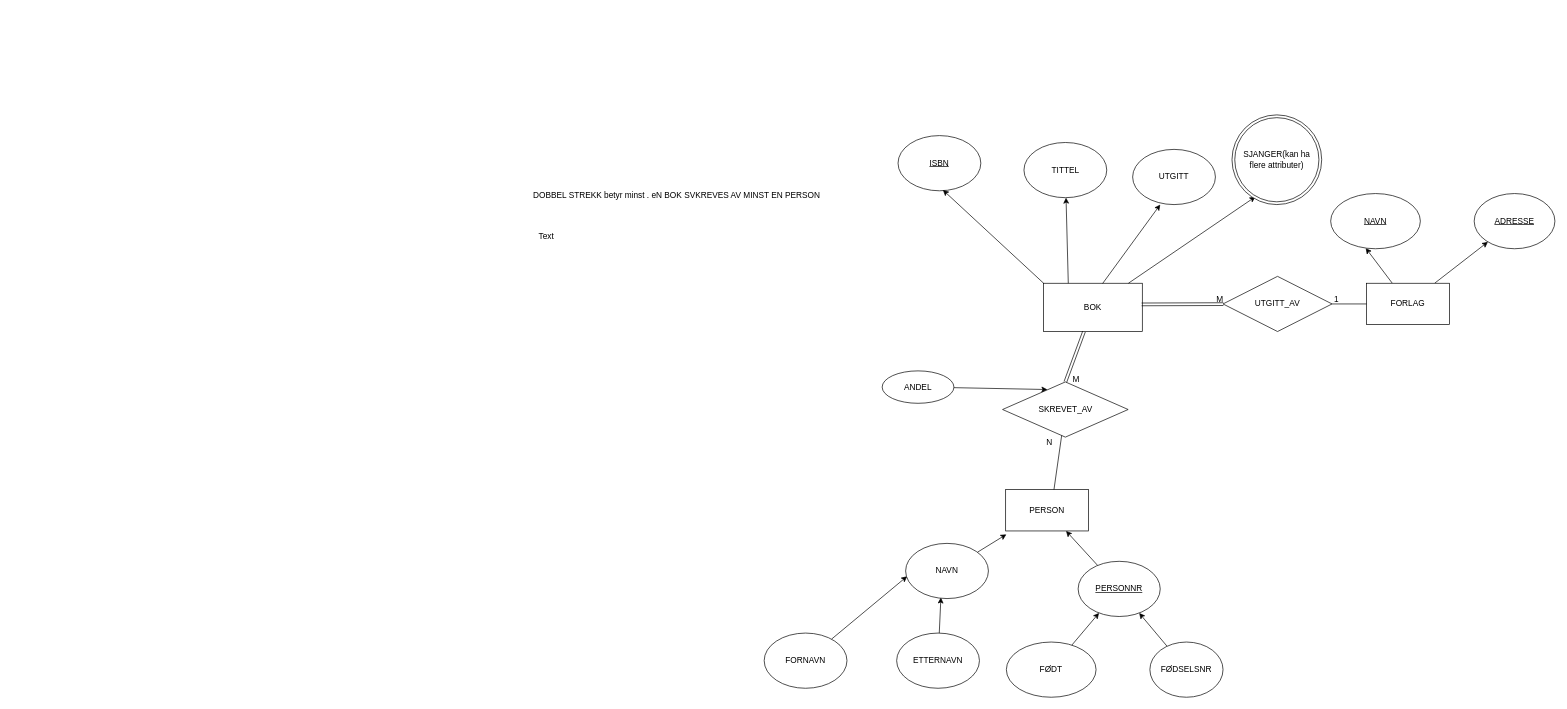
This is ER_Model1.drawio from nuskudar94/2090Databaser, a draw.io file, before an edit. Source tidied: cells renumbered, new cells numbered last; positions are measured from the earlier drawing's top-left corner, leaving out a move shared by most shapes. Both pictures are drawn from the tidied source at 69%, with x=0, y=0 at pixel (524, 115).
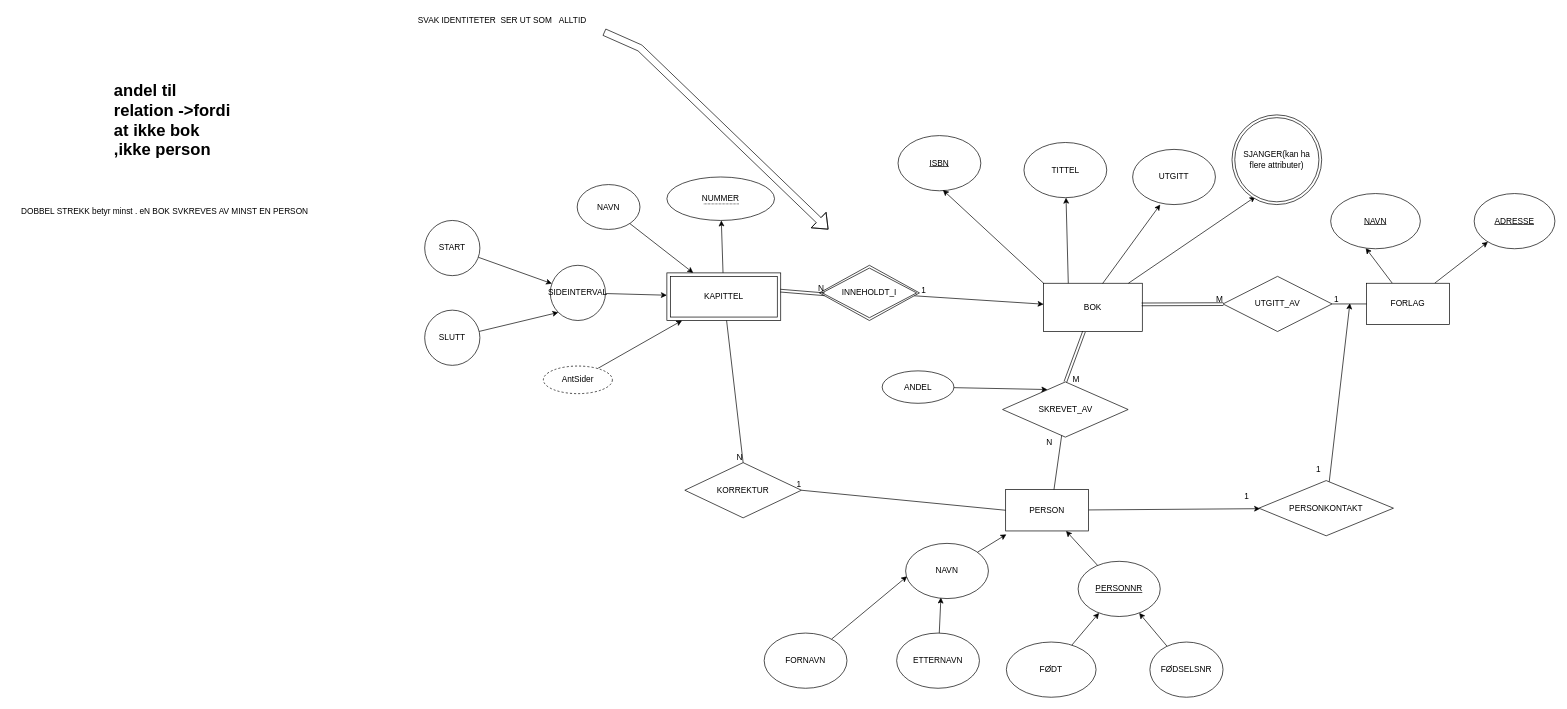
The same page after the edit.

Commit message:
WEAK ENTITIES ADDED

Unchanged cells that the change refers to:
```xml
<mxCell id="5" value="BOK&lt;br&gt;" style="whiteSpace=wrap;html=1;" parent="1" vertex="1">
  <mxGeometry x="753" y="244" width="143" height="70" as="geometry" />
</mxCell>
<mxCell id="13" value="1" style="text;html=1;align=center;verticalAlign=middle;points=[];strokeColor=none;fillColor=none;" parent="1" vertex="1">
  <mxGeometry x="1157" y="254" width="39" height="26" as="geometry" />
</mxCell>
<mxCell id="18" value="PERSON" style="rounded=0;whiteSpace=wrap;html=1;" parent="1" vertex="1">
  <mxGeometry x="698" y="543" width="120" height="60" as="geometry" />
</mxCell>
```

Change to the diagram source:
```diff
@@
+    <mxCell id="43" style="edgeStyle=none;html=1;" parent="1" edge="1" source="18" target="46">
+      <mxGeometry relative="1" as="geometry" />
+    </mxCell>
@@
     <mxCell id="25" value="DOBBEL STREKK betyr minst . eN BOK SVKREVES AV MINST EN PERSON" style="text;html=1;align=center;verticalAlign=middle;strokeColor=none;fillColor=none;" parent="1" vertex="1">
-      <mxGeometry y="104" width="442" height="26" as="geometry" />
+      <mxGeometry x="-742" y="127" width="442" height="26" as="geometry" />
     </mxCell>
@@
-    <mxCell id="36" value="Text" style="text;html=1;align=center;verticalAlign=middle;strokeColor=none;fillColor=none;" parent="1" vertex="1">
-      <mxGeometry x="6" y="163" width="52" height="26" as="geometry" />
-    </mxCell>
@@
+    <mxCell id="44" value="&lt;h1&gt;andel til relation -&amp;gt;fordi at ikke bok ,ikke person&lt;/h1&gt;" style="text;html=1;strokeColor=none;fillColor=none;spacing=5;spacingTop=-20;whiteSpace=wrap;overflow=hidden;rounded=0;" parent="1" vertex="1">
+      <mxGeometry x="-599" y="-55" width="190" height="120" as="geometry" />
+    </mxCell>
+    <mxCell id="45" style="edgeStyle=none;html=1;entryX=1.022;entryY=0.734;entryDx=0;entryDy=0;entryPerimeter=0;" parent="1" edge="1" source="46" target="13">
+      <mxGeometry relative="1" as="geometry" />
+    </mxCell>
+    <mxCell id="46" value="PERSONKONTAKT" style="rhombus;whiteSpace=wrap;html=1;" parent="1" vertex="1">
+      <mxGeometry x="1065" y="530" width="195" height="80" as="geometry" />
+    </mxCell>
+    <mxCell id="47" value="1" style="text;html=1;align=center;verticalAlign=middle;strokeColor=none;fillColor=none;" parent="1" vertex="1">
+      <mxGeometry x="1027" y="540" width="39" height="26" as="geometry" />
+    </mxCell>
+    <mxCell id="48" value="1&lt;br&gt;" style="text;html=1;align=center;verticalAlign=middle;strokeColor=none;fillColor=none;" parent="1" vertex="1">
+      <mxGeometry x="1131" y="501" width="39" height="26" as="geometry" />
+    </mxCell>
+    <mxCell id="49" style="edgeStyle=none;html=1;" parent="1" edge="1" source="50" target="5">
+      <mxGeometry relative="1" as="geometry" />
+    </mxCell>
+    <mxCell id="50" value="INNEHOLDT_I" style="rhombus;whiteSpace=wrap;html=1;double=1;" parent="1" vertex="1">
+      <mxGeometry x="428" y="218" width="145" height="80" as="geometry" />
+    </mxCell>
+    <mxCell id="51" value="&lt;span style=&quot;border-bottom: 1px dotted&quot;&gt;NUMMER&lt;br&gt;&lt;/span&gt;" style="ellipse;whiteSpace=wrap;html=1;align=center;" parent="1" vertex="1">
+      <mxGeometry x="207" y="90" width="156" height="63" as="geometry" />
+    </mxCell>
+    <mxCell id="52" style="edgeStyle=none;html=1;" parent="1" edge="1" source="53" target="51">
+      <mxGeometry relative="1" as="geometry" />
+    </mxCell>
+    <mxCell id="53" value="KAPITTEL" style="shape=ext;margin=3;double=1;whiteSpace=wrap;html=1;align=center;" parent="1" vertex="1">
+      <mxGeometry x="207" y="229" width="165" height="69" as="geometry" />
+    </mxCell>
+    <mxCell id="54" value="1&lt;br&gt;" style="text;html=1;align=center;verticalAlign=middle;strokeColor=none;fillColor=none;" parent="1" vertex="1">
+      <mxGeometry x="559" y="241" width="39" height="26" as="geometry" />
+    </mxCell>
+    <mxCell id="55" value="SVAK IDENTITETER&amp;nbsp; SER UT SOM&amp;nbsp; &amp;nbsp;ALLTID" style="text;html=1;align=center;verticalAlign=middle;strokeColor=none;fillColor=none;" parent="1" vertex="1">
+      <mxGeometry x="-169" y="-149" width="273" height="26" as="geometry" />
+    </mxCell>
+    <mxCell id="56" style="shape=flexArrow;endArrow=classic;html=1;" parent="1" edge="1">
+      <mxGeometry relative="1" as="geometry">
+        <mxPoint x="116" y="-120" as="sourcePoint" />
+        <mxPoint x="441" y="166" as="targetPoint" />
+        <Array as="points">
+          <mxPoint x="168" y="-97" />
+        </Array>
+      </mxGeometry>
+    </mxCell>
+    <mxCell id="57" style="edgeStyle=none;html=1;" parent="1" edge="1" source="58" target="53">
+      <mxGeometry relative="1" as="geometry" />
+    </mxCell>
+    <mxCell id="58" value="NAVN" style="ellipse;whiteSpace=wrap;html=1;" parent="1" vertex="1">
+      <mxGeometry x="77" y="101" width="91" height="65" as="geometry" />
+    </mxCell>
+    <mxCell id="59" style="shape=link;html=1;rounded=0;exitX=0.996;exitY=0.373;exitDx=0;exitDy=0;exitPerimeter=0;entryX=0.052;entryY=0.525;entryDx=0;entryDy=0;entryPerimeter=0;" parent="1" edge="1" source="53" target="50">
+      <mxGeometry relative="1" as="geometry" />
+    </mxCell>
+    <mxCell id="60" value="N" style="html=1;align=right;verticalAlign=bottom;" parent="59" vertex="1">
+      <mxGeometry x="1" relative="1" as="geometry" />
+    </mxCell>
+    <mxCell id="61" style="edgeStyle=none;html=1;" parent="1" edge="1" source="62" target="53">
+      <mxGeometry relative="1" as="geometry" />
+    </mxCell>
+    <mxCell id="62" value="SIDEINTERVAL" style="ellipse;whiteSpace=wrap;html=1;" parent="1" vertex="1">
+      <mxGeometry x="38" y="218" width="80" height="80" as="geometry" />
+    </mxCell>
+    <mxCell id="63" style="edgeStyle=none;html=1;" parent="1" edge="1" source="64" target="62">
+      <mxGeometry relative="1" as="geometry" />
+    </mxCell>
+    <mxCell id="64" value="START" style="ellipse;whiteSpace=wrap;html=1;" parent="1" vertex="1">
+      <mxGeometry x="-144" y="153" width="80" height="80" as="geometry" />
+    </mxCell>
+    <mxCell id="65" style="edgeStyle=none;html=1;entryX=0;entryY=1;entryDx=0;entryDy=0;" parent="1" edge="1" source="66" target="62">
+      <mxGeometry relative="1" as="geometry" />
+    </mxCell>
+    <mxCell id="66" value="SLUTT&lt;br&gt;" style="ellipse;whiteSpace=wrap;html=1;" parent="1" vertex="1">
+      <mxGeometry x="-144" y="283" width="80" height="80" as="geometry" />
+    </mxCell>
+    <mxCell id="67" style="edgeStyle=none;html=1;" parent="1" edge="1" source="68" target="53">
+      <mxGeometry relative="1" as="geometry" />
+    </mxCell>
+    <mxCell id="68" value="AntSider" style="ellipse;whiteSpace=wrap;html=1;align=center;dashed=1;" parent="1" vertex="1">
+      <mxGeometry x="28" y="364" width="100" height="40" as="geometry" />
+    </mxCell>
+    <mxCell id="69" value="KORREKTUR" style="rhombus;whiteSpace=wrap;html=1;" parent="1" vertex="1">
+      <mxGeometry x="233" y="504" width="169" height="80" as="geometry" />
+    </mxCell>
+    <mxCell id="70" style="endArrow=none;html=1;rounded=0;entryX=0.5;entryY=0;entryDx=0;entryDy=0;" parent="1" edge="1" source="53" target="69">
+      <mxGeometry relative="1" as="geometry" />
+    </mxCell>
+    <mxCell id="71" value="N" style="html=1;align=right;verticalAlign=bottom;" parent="70" vertex="1">
+      <mxGeometry x="1" relative="1" as="geometry" />
+    </mxCell>
+    <mxCell id="72" style="endArrow=none;html=1;rounded=0;entryX=1;entryY=0.5;entryDx=0;entryDy=0;exitX=0;exitY=0.5;exitDx=0;exitDy=0;" parent="1" edge="1" source="18" target="69">
+      <mxGeometry relative="1" as="geometry" />
+    </mxCell>
+    <mxCell id="73" value="1" style="html=1;align=right;verticalAlign=bottom;" parent="72" vertex="1">
+      <mxGeometry x="1" relative="1" as="geometry" />
+    </mxCell>
```
